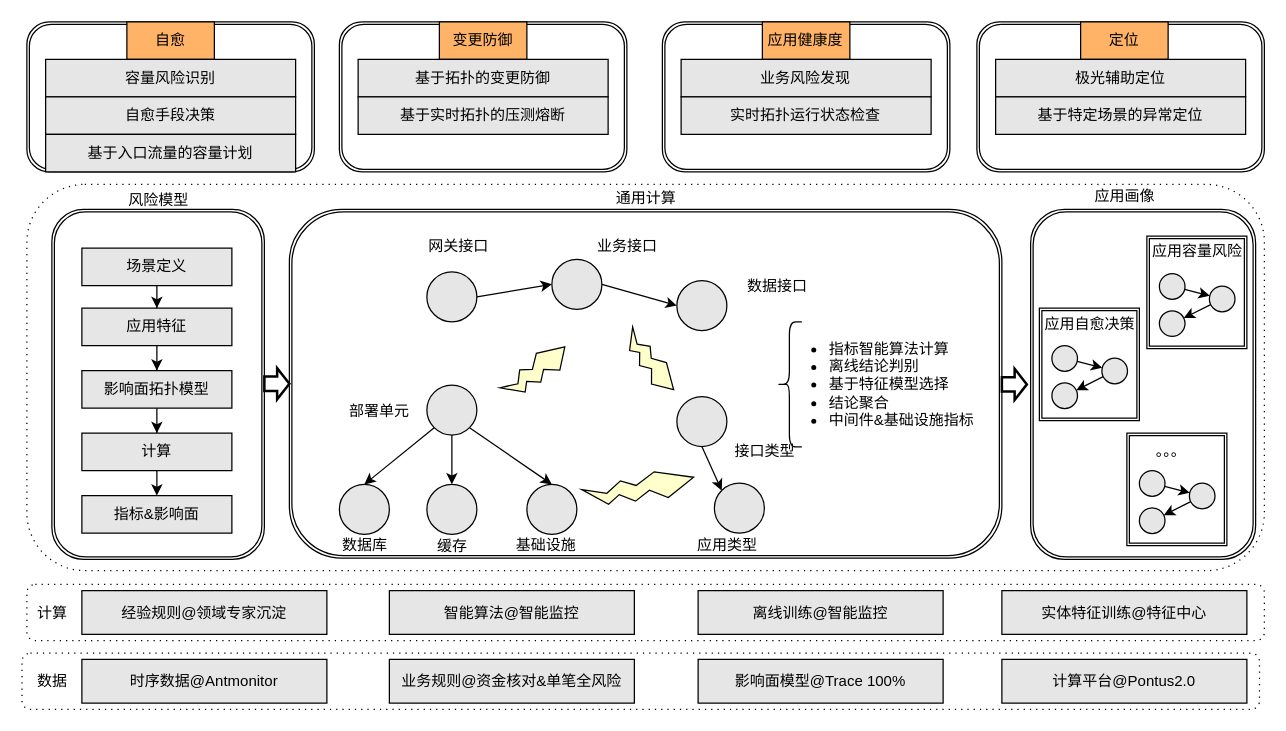
frankneu/draw.io keeps this draw.io diagram as 应用画像大图.drawio. Above is the earlier version. Source tidied: cells renumbered, new cells numbered last; positions are measured from the earlier drawing's top-left corner, leaving out a move shared by most shapes. Both pictures are drawn from the tidied source at 125%, with x=0, y=0 at pixel (21, 21).
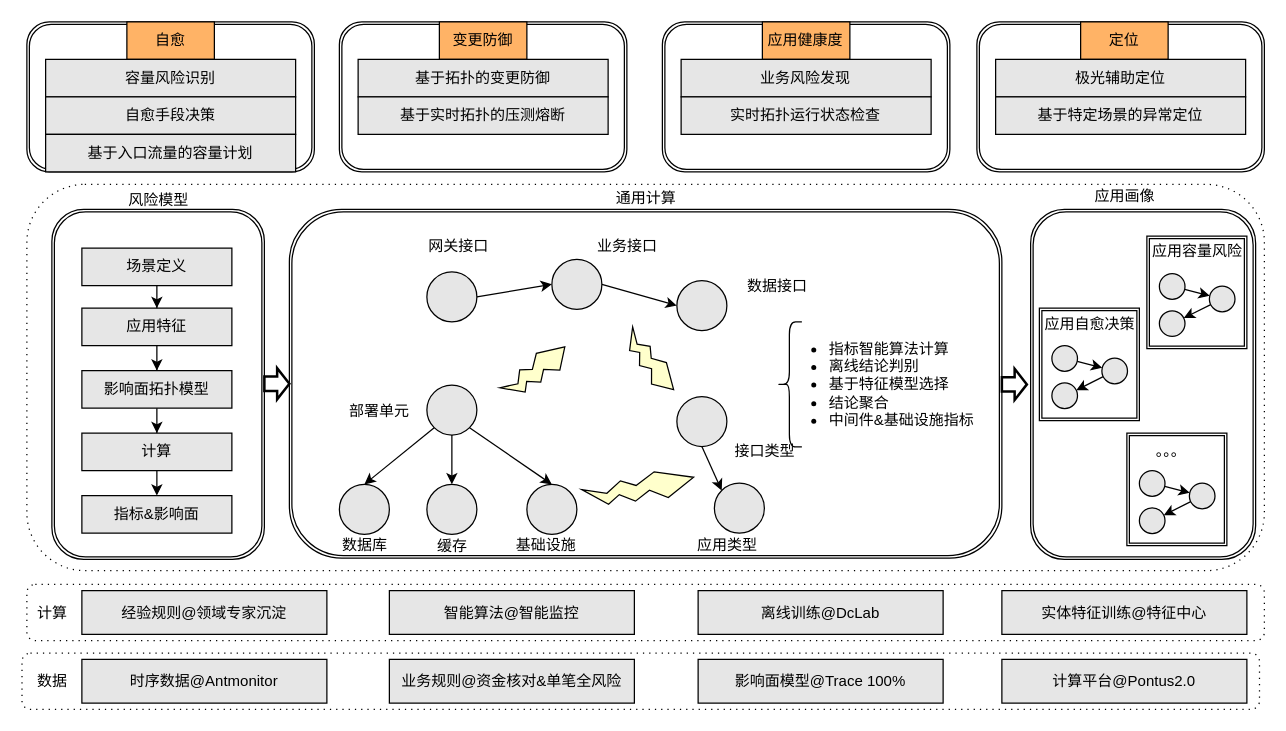
The same diagram, later.

Commit message:
Update 应用画像大图.drawio

The edit, as a diff of the source:
```diff
@@
-    <mxCell id="17" value="离线训练@智能监控" style="rounded=0;whiteSpace=wrap;html=1;fillColor=#E6E6E6;" parent="1" vertex="1">
+    <mxCell id="17" value="离线训练@DcLab" style="rounded=0;whiteSpace=wrap;html=1;fillColor=#E6E6E6;" parent="1" vertex="1">
       <mxGeometry x="541" y="455" width="196" height="35" as="geometry" />
     </mxCell>
```
